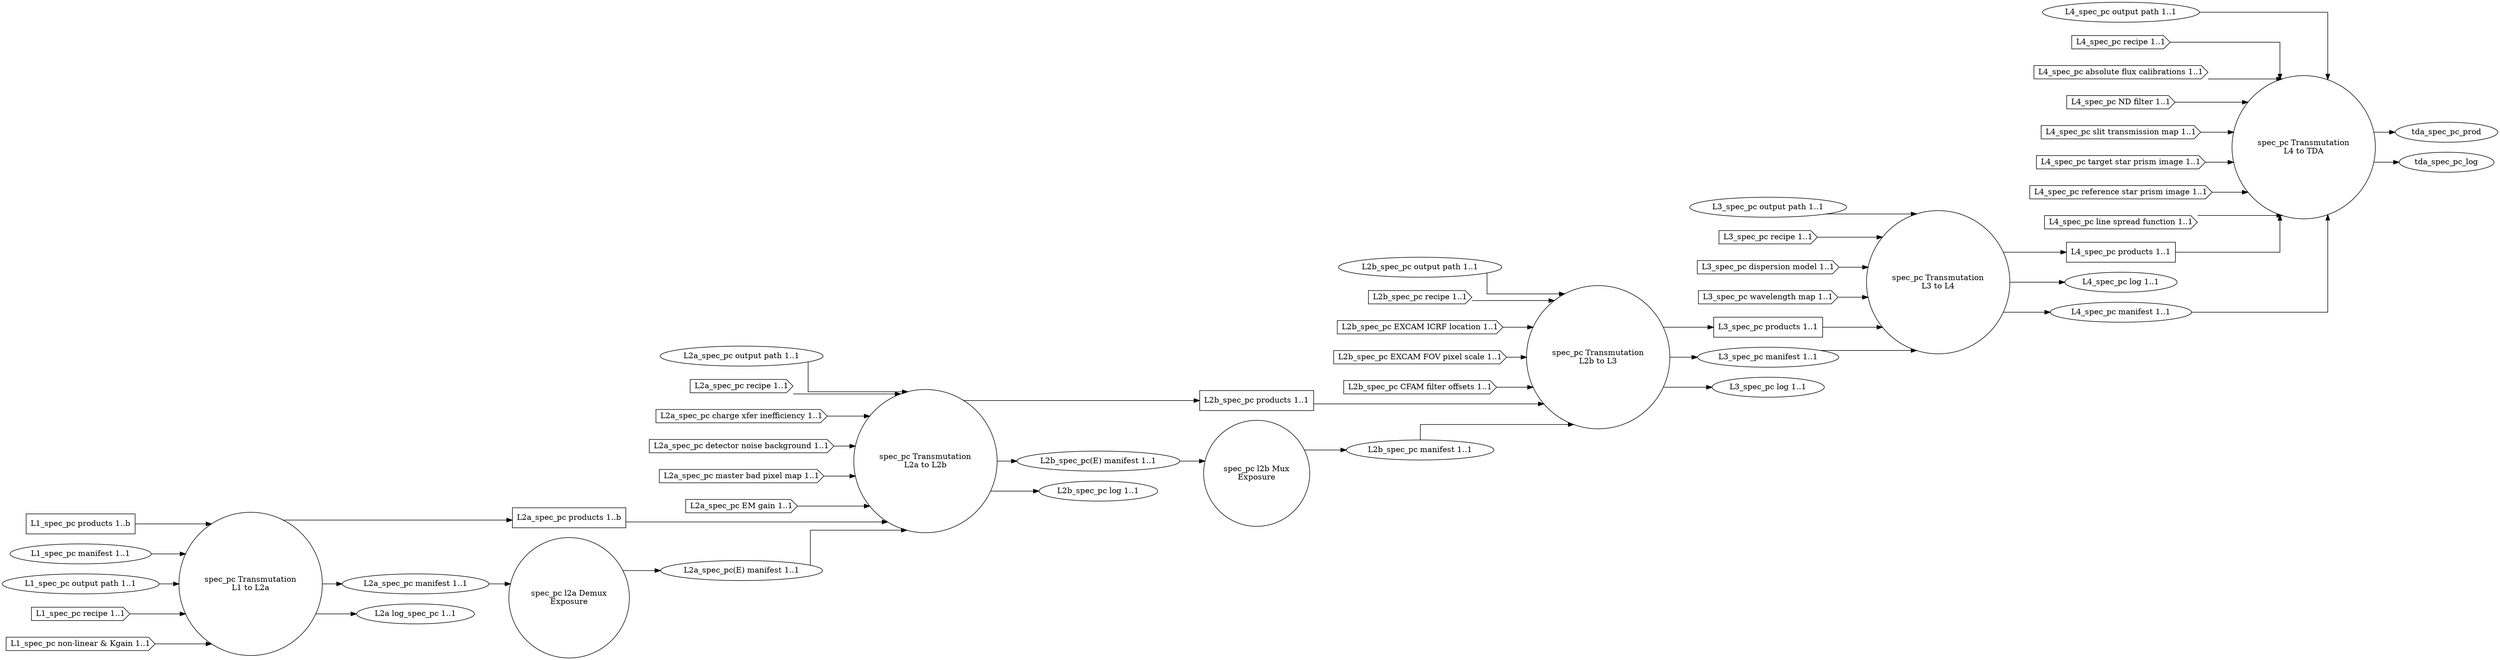
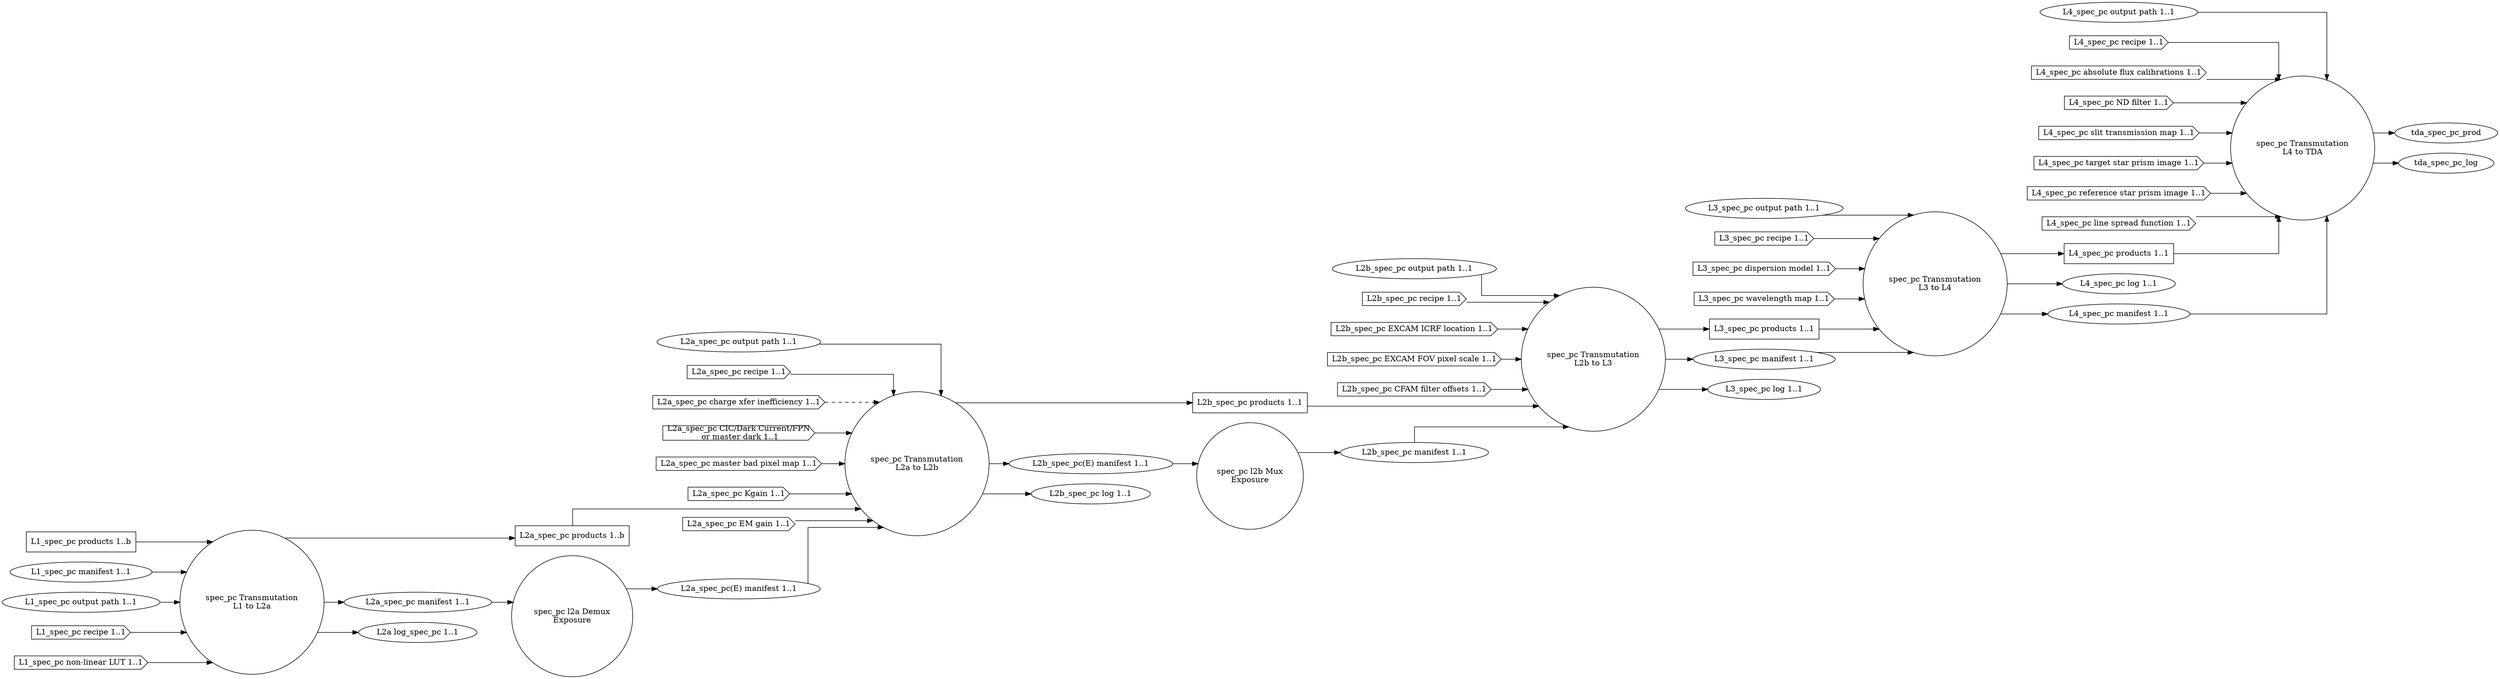
- digraph AbstractDesign
+ digraph SpectroscopyPhotonCount
{
  graph [splines="ortho", rankdir=LR];

  trans_spec_pc_l1_l2a [label="spec_pc Transmutation\nL1 to L2a", shape="circle"];
  l2a_spec_pc_demux [label="spec_pc l2a Demux\nExposure" shape="circle"];
  trans_spec_pc_l2a_l2b [label="spec_pc Transmutation\nL2a to L2b", shape="circle"];
  l2b_spec_pc_mux [label="spec_pc l2b Mux\nExposure", shape="circle"];
  trans_spec_pc_l2b_l3 [label="spec_pc Transmutation\nL2b to L3", shape="circle"];
  trans_spec_pc_l3_l4 [label="spec_pc Transmutation\nL3 to L4", shape="circle"];
  trans_spec_pc_l4_tda [label="spec_pc Transmutation\nL4 to TDA", shape="circle"];

  l1_spec_pc_prod [label="L1_spec_pc products 1..b", shape="rectangle"];
  l1_spec_pc_man [label="L1_spec_pc manifest 1..1", shape="ellipse"];
  l1_spec_pc_odir [label="L1_spec_pc output path 1..1", shape="ellipse"];
  l1_spec_pc_rec [label="L1_spec_pc recipe 1..1", shape="cds"];
-   l1_spec_pc_nln [label="L1_spec_pc non-linear & Kgain 1..1", shape="cds"];
+   l1_spec_pc_nllut [label="L1_spec_pc non-linear LUT 1..1", shape="cds"];

  l2a_spec_pc_prod [label="L2a_spec_pc products 1..b", shape="rectangle"];
  l2a_spec_pc_man [label="L2a_spec_pc manifest 1..1", shape="ellipse"];
  l2a_spec_pc_odir [label="L2a_spec_pc output path 1..1", shape="ellipse"];
  l2a_spec_pc_rec [label="L2a_spec_pc recipe 1..1", shape="cds"];
  l2a_spec_pc_cti [label="L2a_spec_pc charge xfer inefficiency 1..1", shape="cds"];
-   l2a_spec_pc_dnb [label="L2a_spec_pc detector noise background 1..1", shape="cds"];
+   l2a_spec_pc_dnb [label="L2a_spec_pc CIC/Dark Current/FPN\n or master dark 1..1", shape="cds"];
  l2a_spec_pc_mbpm [label="L2a_spec_pc master bad pixel map 1..1", shape="cds"];
+   l2a_spec_pc_kgain [label="L2a_spec_pc Kgain 1..1", shape="cds"];
  l2a_spec_pc_emg [label="L2a_spec_pc EM gain 1..1", shape="cds"];
  l2a_spec_pc_log [label="L2a log_spec_pc 1..1", shape="ellipse"];
  l2a_spec_pc_man_demux [label="L2a_spec_pc(E) manifest 1..1", shape="ellipse"];

  l2b_spec_pc_prod [label="L2b_spec_pc products 1..1", shape="rectangle"];
  l2b_spec_pc_man [label="L2b_spec_pc manifest 1..1", shape="ellipse"];
  l2b_spec_pc_odir [label="L2b_spec_pc output path 1..1", shape="ellipse"];
  l2b_spec_pc_rec [label="L2b_spec_pc recipe 1..1", shape="cds"];
  l2b_spec_pc_excicrf [label="L2b_spec_pc EXCAM ICRF location 1..1", shape="cds"];
  l2b_spec_pc_excfovps [label="L2b_spec_pc EXCAM FOV pixel scale 1..1", shape="cds"];
  l2b_spec_pc_cfamfo [label="L2b_spec_pc CFAM filter offsets 1..1", shape="cds"];
  l2b_spec_pc_man_demux [label="L2b_spec_pc(E) manifest 1..1", shape="ellipse"];
  l2b_spec_pc_log [label="L2b_spec_pc log 1..1", shape="ellipse"];

  l3_spec_pc_prod [label="L3_spec_pc products 1..1", shape="rectangle"];
  l3_spec_pc_odir [label="L3_spec_pc output path 1..1", shape="ellipse"];
  l3_spec_pc_man [label="L3_spec_pc manifest 1..1", shape="ellipse"];
  l3_spec_pc_rec [label="L3_spec_pc recipe 1..1", shape="cds"];
  l3_spec_pc_dispm [label="L3_spec_pc dispersion model 1..1", shape="cds"];
  l3_spec_pc_wavem [label="L3_spec_pc wavelength map 1..1", shape="cds"];
  l3_spec_pc_log [label="L3_spec_pc log 1..1", shape="ellipse"];

  l4_spec_pc_prod [label="L4_spec_pc products 1..1", shape="rectangle"];
  l4_spec_pc_odir [label="L4_spec_pc output path 1..1", shape="ellipse"];
  l4_spec_pc_log [label="L4_spec_pc log 1..1", shape="ellipse"];
  l4_spec_pc_man [label="L4_spec_pc manifest 1..1", shape="ellipse"];
  l4_spec_pc_rec [label="L4_spec_pc recipe 1..1", shape="cds"];
  l4_spec_pc_afcal [label="L4_spec_pc absolute flux calibrations 1..1", shape="cds"];
  l4_spec_pc_ndfilt [label="L4_spec_pc ND filter 1..1", shape="cds"];
  l4_spec_pc_stmap [label="L4_spec_pc slit transmission map 1..1", shape="cds"];
  l4_spec_pc_tspi [label="L4_spec_pc target star prism image 1..1", shape="cds"];
  l4_spec_pc_rspi [label="L4_spec_pc reference star prism image 1..1", shape="cds"];
  l4_spec_pc_lsf [label="L4_spec_pc line spread function 1..1", shape="cds"];

  l1_spec_pc_prod -> trans_spec_pc_l1_l2a;
  l1_spec_pc_man -> trans_spec_pc_l1_l2a;
  l1_spec_pc_odir -> trans_spec_pc_l1_l2a;
  l1_spec_pc_rec -> trans_spec_pc_l1_l2a;
-   l1_spec_pc_nln -> trans_spec_pc_l1_l2a;
+   l1_spec_pc_nllut -> trans_spec_pc_l1_l2a;

  trans_spec_pc_l1_l2a -> l2a_spec_pc_prod;
  trans_spec_pc_l1_l2a -> l2a_spec_pc_man;
  trans_spec_pc_l1_l2a -> l2a_spec_pc_log;

  l2a_spec_pc_prod -> trans_spec_pc_l2a_l2b;
  l2a_spec_pc_odir -> trans_spec_pc_l2a_l2b;
  l2a_spec_pc_rec -> trans_spec_pc_l2a_l2b;
-   l2a_spec_pc_cti -> trans_spec_pc_l2a_l2b;
+   l2a_spec_pc_cti -> trans_spec_pc_l2a_l2b [style="dashed"];
  l2a_spec_pc_dnb -> trans_spec_pc_l2a_l2b;
  l2a_spec_pc_mbpm -> trans_spec_pc_l2a_l2b;
  l2a_spec_pc_emg -> trans_spec_pc_l2a_l2b;
+   l2a_spec_pc_kgain -> trans_spec_pc_l2a_l2b;

  trans_spec_pc_l2a_l2b -> l2b_spec_pc_prod;
  trans_spec_pc_l2a_l2b -> l2b_spec_pc_man_demux;
  trans_spec_pc_l2a_l2b -> l2b_spec_pc_log;

  l2a_spec_pc_man -> l2a_spec_pc_demux;
  l2a_spec_pc_demux -> l2a_spec_pc_man_demux;
  l2a_spec_pc_man_demux -> trans_spec_pc_l2a_l2b;

  l2b_spec_pc_man_demux -> l2b_spec_pc_mux;
  l2b_spec_pc_mux -> l2b_spec_pc_man;

  l2b_spec_pc_prod -> trans_spec_pc_l2b_l3;
  l2b_spec_pc_man -> trans_spec_pc_l2b_l3;
  l2b_spec_pc_odir -> trans_spec_pc_l2b_l3;
  l2b_spec_pc_rec -> trans_spec_pc_l2b_l3;
  l2b_spec_pc_excicrf -> trans_spec_pc_l2b_l3;
  l2b_spec_pc_excfovps -> trans_spec_pc_l2b_l3;
  l2b_spec_pc_cfamfo -> trans_spec_pc_l2b_l3;

  trans_spec_pc_l2b_l3 -> l3_spec_pc_prod;
  trans_spec_pc_l2b_l3 -> l3_spec_pc_man;
  trans_spec_pc_l2b_l3 -> l3_spec_pc_log;

  l3_spec_pc_prod -> trans_spec_pc_l3_l4;
  l3_spec_pc_man -> trans_spec_pc_l3_l4;
  l3_spec_pc_odir -> trans_spec_pc_l3_l4;
  l3_spec_pc_rec -> trans_spec_pc_l3_l4;
  l3_spec_pc_dispm -> trans_spec_pc_l3_l4;
  l3_spec_pc_wavem -> trans_spec_pc_l3_l4;
  trans_spec_pc_l3_l4 -> l4_spec_pc_prod;
  trans_spec_pc_l3_l4 -> l4_spec_pc_log;
  trans_spec_pc_l3_l4 -> l4_spec_pc_man;

  l4_spec_pc_prod -> trans_spec_pc_l4_tda;
  l4_spec_pc_man -> trans_spec_pc_l4_tda;
  l4_spec_pc_odir -> trans_spec_pc_l4_tda;
  l4_spec_pc_rec -> trans_spec_pc_l4_tda;
  l4_spec_pc_afcal -> trans_spec_pc_l4_tda;
  l4_spec_pc_ndfilt -> trans_spec_pc_l4_tda;
  l4_spec_pc_stmap -> trans_spec_pc_l4_tda;
  l4_spec_pc_tspi -> trans_spec_pc_l4_tda;
  l4_spec_pc_rspi -> trans_spec_pc_l4_tda;
  l4_spec_pc_lsf -> trans_spec_pc_l4_tda;
  trans_spec_pc_l4_tda -> tda_spec_pc_prod;
  trans_spec_pc_l4_tda -> tda_spec_pc_log;
}
